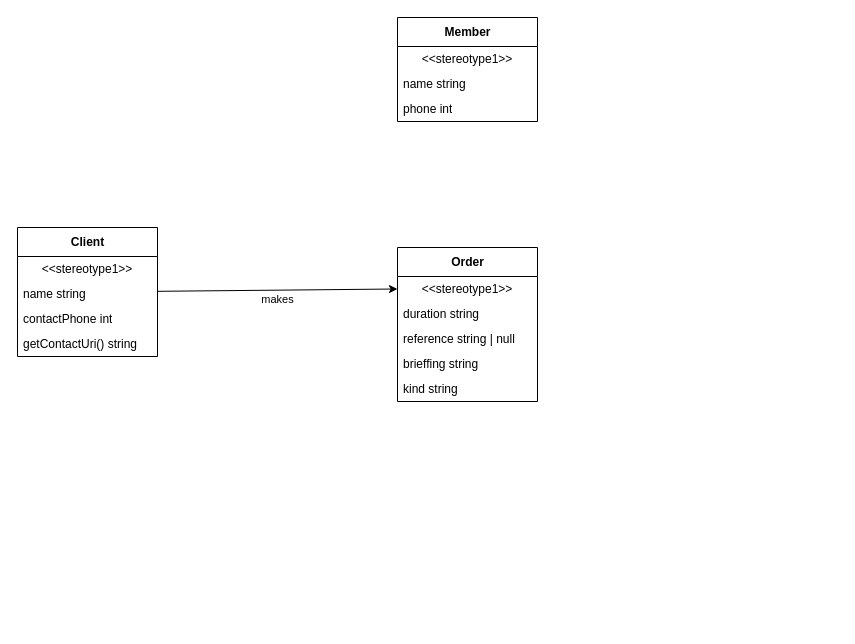
This is class-diagram.drawio from josemorista/youngmonkey-sls, a draw.io file, before an edit. Source tidied: cells renumbered, new cells numbered last; positions are measured from the earlier drawing's top-left corner, leaving out a move shared by most shapes. Both pictures are drawn from the tidied source at 100%, with x=0, y=0 at pixel (17, 17).
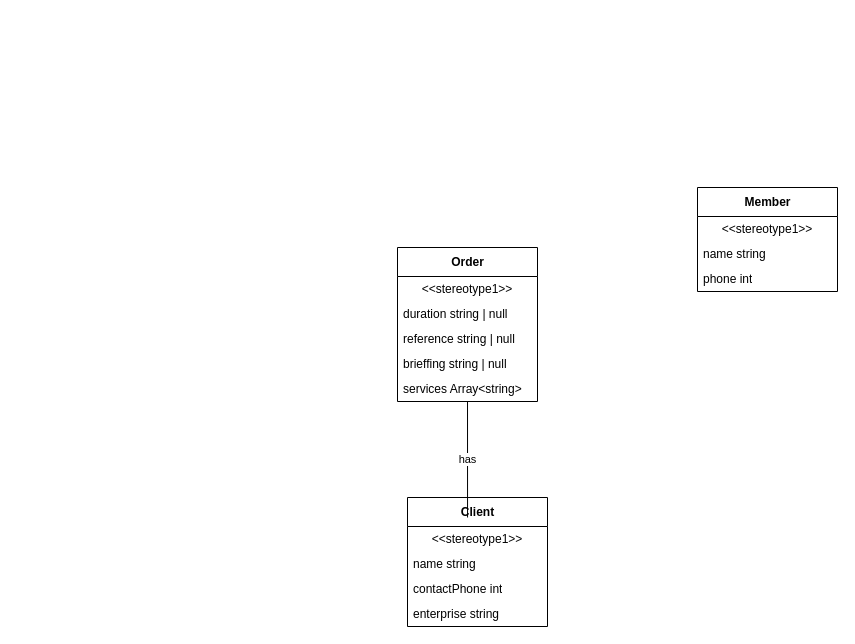
The same page after the edit.

The edit, as a diff of the source:
```diff
@@
 <mxGraphModel>
   <root>
     <mxCell id="0" />
     <mxCell id="1" parent="0" />
-    <mxCell id="2" style="edgeStyle=none;html=1;entryX=0;entryY=0.5;entryDx=0;entryDy=0;" parent="1" edge="1" source="4" target="14">
-      <mxGeometry relative="1" as="geometry" />
-    </mxCell>
-    <mxCell id="3" value="makes" style="edgeLabel;html=1;align=center;verticalAlign=middle;" parent="2" vertex="1">
-      <mxGeometry x="0.35" y="2" relative="1" as="geometry">
-        <mxPoint x="-42" y="11" as="offset" />
-      </mxGeometry>
-    </mxCell>
     <mxCell id="4" value="Client" style="swimlane;fontStyle=1;align=center;verticalAlign=middle;horizontal=1;startSize=29;html=1;" parent="1" vertex="1">
-      <mxGeometry y="210" width="140" height="129" as="geometry" />
+      <mxGeometry x="390" y="480" width="140" height="129" as="geometry" />
     </mxCell>
     <mxCell id="5" value="&amp;lt;&amp;lt;stereotype1&amp;gt;&amp;gt;" style="text;html=1;strokeColor=none;fillColor=none;align=center;verticalAlign=middle;spacingLeft=4;spacingRight=4;overflow=hidden;" parent="4" vertex="1">
       <mxGeometry y="29" width="140" height="25" as="geometry" />
     </mxCell>
     <mxCell id="6" value="name string" style="text;html=1;strokeColor=none;fillColor=none;align=left;verticalAlign=middle;spacingLeft=4;spacingRight=4;overflow=hidden;" parent="4" vertex="1">
       <mxGeometry y="54" width="140" height="25" as="geometry" />
     </mxCell>
     <mxCell id="7" value="contactPhone int" style="text;html=1;strokeColor=none;fillColor=none;align=left;verticalAlign=middle;spacingLeft=4;spacingRight=4;overflow=hidden;" parent="4" vertex="1">
       <mxGeometry y="79" width="140" height="25" as="geometry" />
     </mxCell>
-    <mxCell id="8" value="getContactUri() string" style="text;html=1;strokeColor=none;fillColor=none;align=left;verticalAlign=middle;spacingLeft=4;spacingRight=4;overflow=hidden;" parent="4" vertex="1">
+    <mxCell id="8" value="enterprise string" style="text;html=1;strokeColor=none;fillColor=none;align=left;verticalAlign=middle;spacingLeft=4;spacingRight=4;overflow=hidden;" parent="4" vertex="1">
       <mxGeometry y="104" width="140" height="25" as="geometry" />
     </mxCell>
     <mxCell id="9" value="Member" style="swimlane;fontStyle=1;align=center;verticalAlign=middle;horizontal=1;startSize=29;html=1;" parent="1" vertex="1">
-      <mxGeometry x="380" width="140" height="104" as="geometry" />
+      <mxGeometry x="680" y="170" width="140" height="104" as="geometry" />
     </mxCell>
     <mxCell id="10" value="&amp;lt;&amp;lt;stereotype1&amp;gt;&amp;gt;" style="text;html=1;strokeColor=none;fillColor=none;align=center;verticalAlign=middle;spacingLeft=4;spacingRight=4;overflow=hidden;" parent="9" vertex="1">
       <mxGeometry y="29" width="140" height="25" as="geometry" />
     </mxCell>
     <mxCell id="11" value="name string" style="text;html=1;strokeColor=none;fillColor=none;align=left;verticalAlign=middle;spacingLeft=4;spacingRight=4;overflow=hidden;" parent="9" vertex="1">
       <mxGeometry y="54" width="140" height="25" as="geometry" />
     </mxCell>
     <mxCell id="12" value="phone int" style="text;html=1;strokeColor=none;fillColor=none;align=left;verticalAlign=middle;spacingLeft=4;spacingRight=4;overflow=hidden;" parent="9" vertex="1">
       <mxGeometry y="79" width="140" height="25" as="geometry" />
     </mxCell>
+    <mxCell id="19" value="has" style="edgeStyle=none;html=1;entryX=0.429;entryY=0.155;entryDx=0;entryDy=0;entryPerimeter=0;endArrow=none;endFill=0;" parent="1" edge="1" source="13" target="4">
+      <mxGeometry relative="1" as="geometry" />
+    </mxCell>
     <mxCell id="13" value="Order" style="swimlane;fontStyle=1;align=center;verticalAlign=middle;horizontal=1;startSize=29;html=1;" parent="1" vertex="1">
       <mxGeometry x="380" y="230" width="140" height="154" as="geometry" />
     </mxCell>
     <mxCell id="14" value="&amp;lt;&amp;lt;stereotype1&amp;gt;&amp;gt;" style="text;html=1;strokeColor=none;fillColor=none;align=center;verticalAlign=middle;spacingLeft=4;spacingRight=4;overflow=hidden;points=[[0,0.5],[1,0.5]];portConstraint=eastwest;" parent="13" vertex="1">
       <mxGeometry y="29" width="140" height="25" as="geometry" />
     </mxCell>
-    <mxCell id="15" value="duration string" style="text;html=1;strokeColor=none;fillColor=none;align=left;verticalAlign=middle;spacingLeft=4;spacingRight=4;overflow=hidden;" parent="13" vertex="1">
+    <mxCell id="15" value="duration string | null" style="text;html=1;strokeColor=none;fillColor=none;align=left;verticalAlign=middle;spacingLeft=4;spacingRight=4;overflow=hidden;" parent="13" vertex="1">
       <mxGeometry y="54" width="140" height="25" as="geometry" />
     </mxCell>
     <mxCell id="16" value="reference string | null" style="text;html=1;strokeColor=none;fillColor=none;align=left;verticalAlign=middle;spacingLeft=4;spacingRight=4;overflow=hidden;" parent="13" vertex="1">
       <mxGeometry y="79" width="140" height="25" as="geometry" />
     </mxCell>
-    <mxCell id="17" value="brieffing string&amp;nbsp;" style="text;html=1;strokeColor=none;fillColor=none;align=left;verticalAlign=middle;spacingLeft=4;spacingRight=4;overflow=hidden;" parent="13" vertex="1">
+    <mxCell id="17" value="brieffing string | null" style="text;html=1;strokeColor=none;fillColor=none;align=left;verticalAlign=middle;spacingLeft=4;spacingRight=4;overflow=hidden;" parent="13" vertex="1">
       <mxGeometry y="104" width="140" height="25" as="geometry" />
     </mxCell>
-    <mxCell id="18" value="kind string&amp;nbsp;" style="text;html=1;strokeColor=none;fillColor=none;align=left;verticalAlign=middle;spacingLeft=4;spacingRight=4;overflow=hidden;" parent="13" vertex="1">
+    <mxCell id="18" value="services Array&amp;lt;string&amp;gt;&amp;nbsp;" style="text;html=1;strokeColor=none;fillColor=none;align=left;verticalAlign=middle;spacingLeft=4;spacingRight=4;overflow=hidden;" parent="13" vertex="1">
       <mxGeometry y="129" width="140" height="25" as="geometry" />
     </mxCell>
   </root>
 </mxGraphModel>
```
